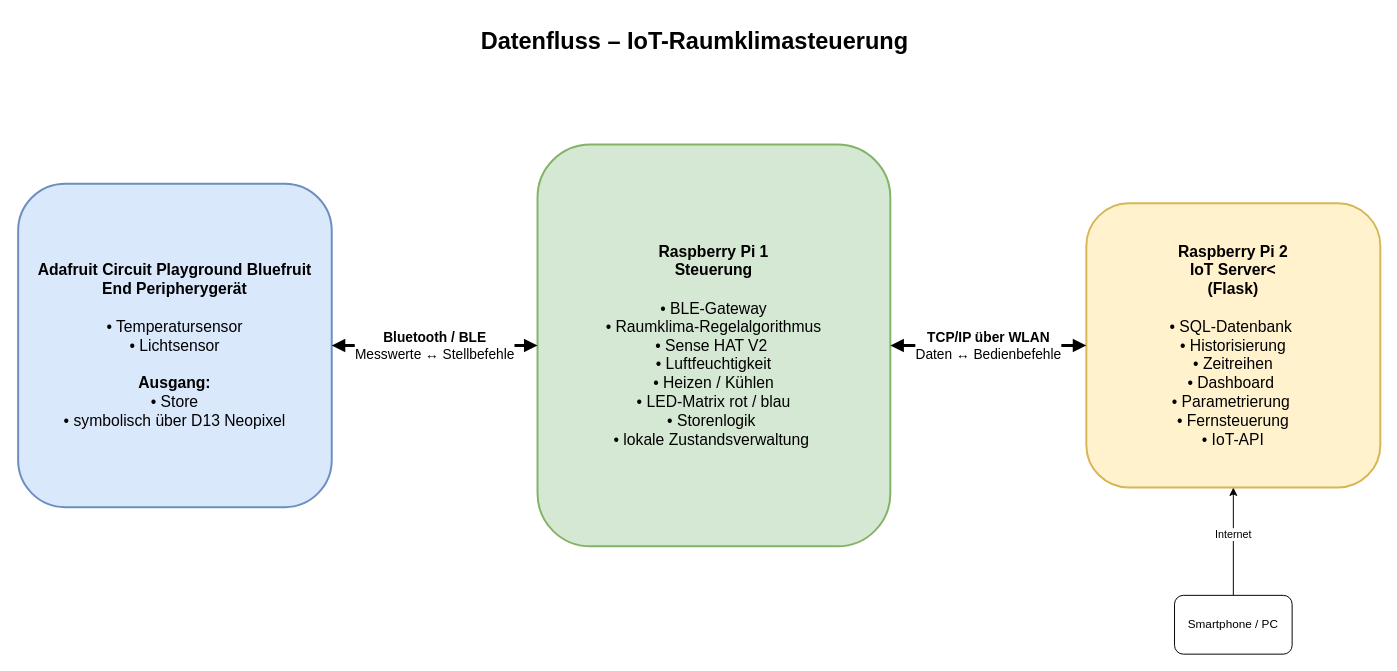
The draw.io diagram Doc/Aufgabenstellung/Datenflussprinzip.drawio in niklaus619/TA_V_IoT, before the edit. Source tidied: cells renumbered, new cells numbered last; positions are measured from the earlier drawing's top-left corner, leaving out a move shared by most shapes. Both pictures are drawn from the tidied source at 98%, with x=0, y=0 at pixel (18, 17).
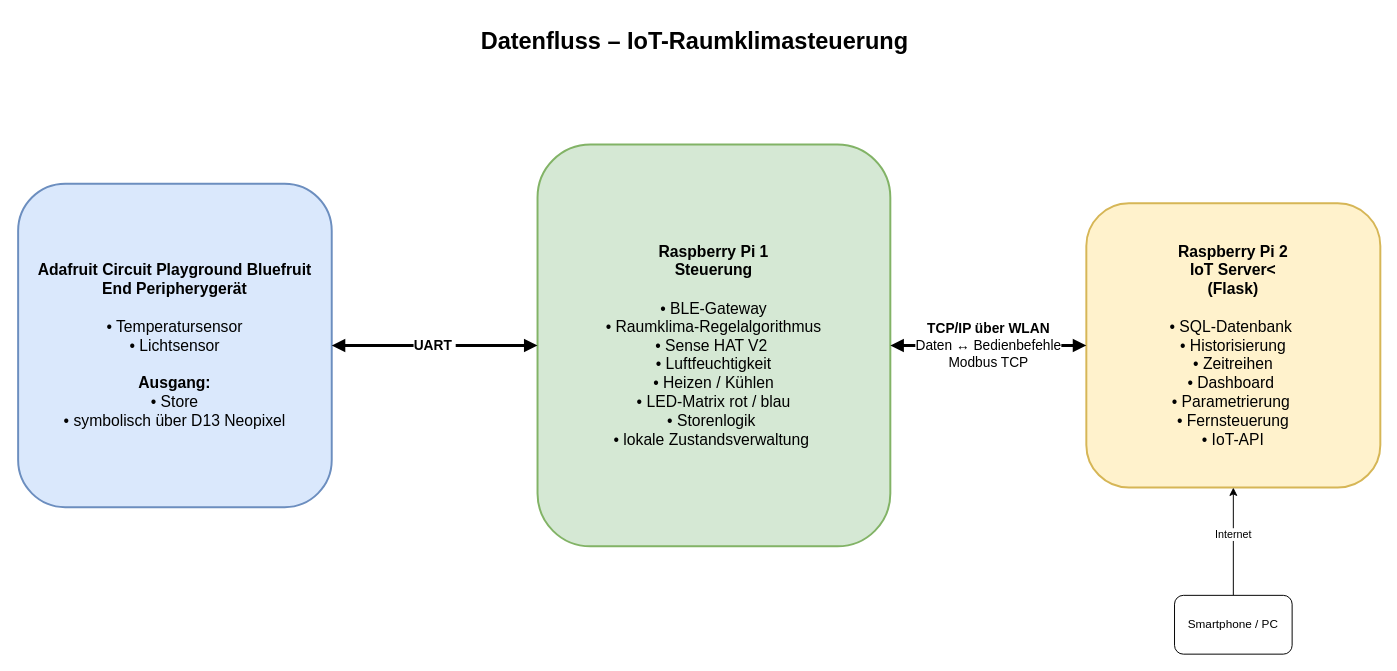
The same diagram, later.

Commit message:
Doku angepasst

Change to the diagram source:
```diff
@@
 <mxGraphModel>
   <root>
     <mxCell id="0" />
     <mxCell id="1" parent="0" />
     <mxCell id="2" value="&lt;b&gt;Datenfluss – IoT-Raumklimasteuerung&lt;/b&gt;" style="text;html=1;align=center;verticalAlign=middle;fontSize=24;fontStyle=1;strokeColor=none;fillColor=none;" parent="1" vertex="1">
       <mxGeometry x="320" width="740" height="50" as="geometry" />
     </mxCell>
     <mxCell id="3" value="&lt;b&gt;Adafruit Circuit Playground Bluefruit&lt;br&gt;End Peripherygerät&lt;/b&gt;&lt;br&gt;&lt;br&gt;• Temperatursensor&lt;br&gt;• Lichtsensor&lt;br&gt;&lt;br&gt;&lt;b&gt;Ausgang:&lt;/b&gt;&lt;br&gt;• Store&lt;br&gt;• symbolisch über D13 Neopixel" style="rounded=1;whiteSpace=wrap;html=1;fillColor=#dae8fc;strokeColor=#6c8ebf;strokeWidth=2;fontSize=16;" parent="1" vertex="1">
       <mxGeometry y="170" width="320" height="330" as="geometry" />
     </mxCell>
     <mxCell id="4" value="&lt;b&gt;Raspberry Pi 1&lt;br&gt;Steuerung&lt;/b&gt;&lt;br&gt;&lt;br&gt;&amp;nbsp;• BLE-Gateway&amp;nbsp;&lt;div&gt;&amp;nbsp;• Raumklima-Regelalgorithmus&amp;nbsp;&lt;/div&gt;&lt;div&gt;• Sense HAT V2&amp;nbsp;&lt;/div&gt;&lt;div&gt;• Luftfeuchtigkeit&lt;/div&gt;&lt;div&gt;• Heizen / Kühlen&lt;/div&gt;&lt;div&gt;• LED-Matrix rot / blau&lt;/div&gt;&lt;div&gt;• Storenlogik&amp;nbsp;&lt;/div&gt;&lt;div&gt;• lokale Zustandsverwaltung&amp;nbsp;&lt;/div&gt;" style="rounded=1;whiteSpace=wrap;html=1;fillColor=#d5e8d4;strokeColor=#82b366;strokeWidth=2;fontSize=16;" parent="1" vertex="1">
       <mxGeometry x="530" y="130" width="360" height="410" as="geometry" />
     </mxCell>
     <mxCell id="5" value="&lt;b&gt;Raspberry Pi 2&lt;/b&gt;&lt;div&gt;&lt;b&gt;IoT Server&amp;lt;&lt;br&gt;(Flask)&lt;br&gt;&lt;/b&gt;&lt;br&gt;&lt;/div&gt;&lt;div&gt;• SQL-Datenbank&amp;nbsp;&lt;/div&gt;&lt;div&gt;• Historisierung&lt;/div&gt;&lt;div&gt;• Zeitreihen&lt;/div&gt;&lt;div&gt;• Dashboard&amp;nbsp;&lt;/div&gt;&lt;div&gt;• Parametrierung&amp;nbsp;&lt;/div&gt;&lt;div&gt;• Fernsteuerung&lt;/div&gt;&lt;div&gt;• IoT-API&lt;/div&gt;" style="rounded=1;whiteSpace=wrap;html=1;fillColor=#fff2cc;strokeColor=#d6b656;strokeWidth=2;fontSize=16;" parent="1" vertex="1">
       <mxGeometry x="1090" y="190" width="300" height="290" as="geometry" />
     </mxCell>
-    <mxCell id="6" value="&lt;b&gt;Bluetooth / BLE&lt;/b&gt;&lt;br&gt;Messwerte ↔ Stellbefehle" style="edgeStyle=orthogonalEdgeStyle;rounded=1;jettySize=auto;html=1;startArrow=block;startFill=1;endArrow=block;endFill=1;strokeWidth=3;fontSize=14;" parent="1" edge="1" source="3" target="4">
+    <mxCell id="6" value="&lt;b&gt;UART&amp;nbsp;&lt;/b&gt;" style="edgeStyle=orthogonalEdgeStyle;rounded=1;jettySize=auto;html=1;startArrow=block;startFill=1;endArrow=block;endFill=1;strokeWidth=3;fontSize=14;" parent="1" edge="1" source="3" target="4">
       <mxGeometry relative="1" as="geometry" />
     </mxCell>
-    <mxCell id="7" value="&lt;b&gt;TCP/IP über WLAN&lt;/b&gt;&lt;br&gt;Daten ↔ Bedienbefehle" style="edgeStyle=orthogonalEdgeStyle;rounded=1;jettySize=auto;html=1;startArrow=block;startFill=1;endArrow=block;endFill=1;strokeWidth=3;fontSize=14;" parent="1" edge="1" source="4" target="5">
+    <mxCell id="7" value="&lt;b&gt;TCP/IP über WLAN&lt;/b&gt;&lt;br&gt;Daten ↔ Bedienbefehle&lt;br&gt;Modbus TCP" style="edgeStyle=orthogonalEdgeStyle;rounded=1;jettySize=auto;html=1;startArrow=block;startFill=1;endArrow=block;endFill=1;strokeWidth=3;fontSize=14;" parent="1" edge="1" source="4" target="5">
       <mxGeometry relative="1" as="geometry" />
     </mxCell>
     <mxCell id="8" style="edgeStyle=none;html=1;" parent="1" edge="1" source="10" target="5">
       <mxGeometry relative="1" as="geometry" />
     </mxCell>
     <mxCell id="9" value="Internet" style="edgeLabel;html=1;align=center;verticalAlign=middle;" parent="8" vertex="1">
       <mxGeometry x="0.15" y="1" relative="1" as="geometry" />
     </mxCell>
     <mxCell id="10" value="Smartphone / PC" style="rounded=1;whiteSpace=wrap;html=1;" parent="1" vertex="1">
       <mxGeometry x="1180" y="590" width="120" height="60" as="geometry" />
     </mxCell>
   </root>
 </mxGraphModel>
```
